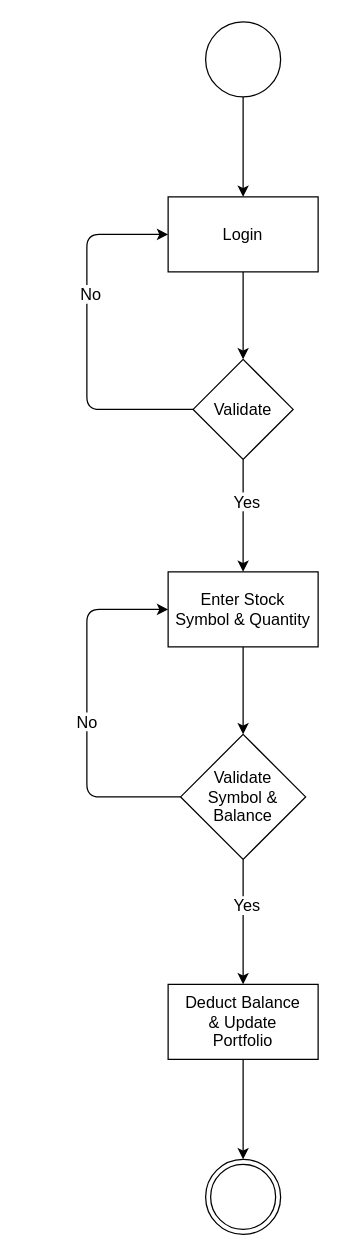
This is diagrams/Buy Stock Activity.drawio from httpshahan/Pakistan-Stock-Exchange-Simulator, a draw.io file, before an edit. Source tidied: cells renumbered, new cells numbered last; positions are measured from the earlier drawing's top-left corner, leaving out a move shared by most shapes. Both pictures are drawn from the tidied source at 125%, with x=0, y=0 at pixel (86, 21).
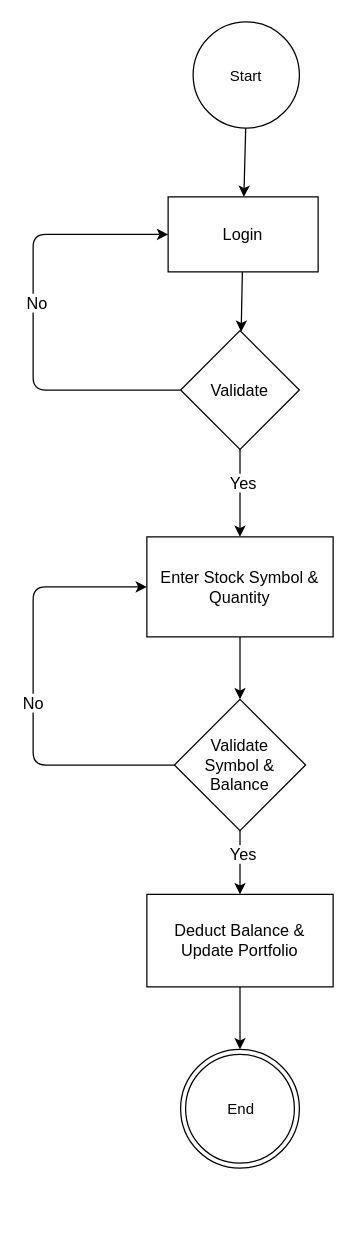
Above is the later version.

The change refers to these unchanged cells:
```xml
<mxCell id="5" value="Login" style="whiteSpace=wrap;html=1;fillColor=none;fontSize=13;" parent="1" vertex="1">
  <mxGeometry x="65" y="140" width="120" height="60" as="geometry" />
</mxCell>
```

Change to the diagram source:
```diff
@@
-    <mxCell id="3" style="ellipse;" parent="1" vertex="1">
-      <mxGeometry x="95" width="60" height="60" as="geometry" />
+    <mxCell id="3" value="Start" style="ellipse;" parent="1" vertex="1">
+      <mxGeometry x="85" width="85" height="85" as="geometry" />
     </mxCell>
@@
     <mxCell id="6" style="edgeStyle=orthogonalEdgeStyle;html=1;entryX=0;entryY=0.5;entryDx=0;entryDy=0;fontSize=13;" parent="1" edge="1" source="10" target="5">
       <mxGeometry relative="1" as="geometry">
         <Array as="points">
-          <mxPoint y="310" />
-          <mxPoint y="170" />
+          <mxPoint x="-43" y="295" />
+          <mxPoint x="-43" y="170" />
         </Array>
       </mxGeometry>
     </mxCell>
     <mxCell id="7" value="No" style="edgeLabel;html=1;align=center;verticalAlign=middle;fontSize=13;" parent="6" vertex="1">
-      <mxGeometry x="0.23" y="-2" relative="1" as="geometry" />
+      <mxGeometry x="0.23" y="-2" relative="1" as="geometry">
+        <mxPoint y="28" as="offset" />
+      </mxGeometry>
     </mxCell>
@@
     <mxCell id="10" value="Validate" style="rhombus;whiteSpace=wrap;html=1;fillColor=none;fontSize=13;" parent="1" vertex="1">
-      <mxGeometry x="85" y="270" width="80" height="80" as="geometry" />
+      <mxGeometry x="75" y="247" width="95" height="95" as="geometry" />
     </mxCell>
@@
     <mxCell id="12" value="Enter Stock Symbol &amp;amp; Quantity" style="whiteSpace=wrap;html=1;fillColor=none;spacing=4;fontSize=13;" parent="1" vertex="1">
-      <mxGeometry x="65" y="440" width="120" height="60" as="geometry" />
+      <mxGeometry x="48" y="412" width="149" height="80" as="geometry" />
     </mxCell>
-    <mxCell id="13" style="edgeStyle=orthogonalEdgeStyle;html=1;exitX=0;exitY=0.5;exitDx=0;exitDy=0;entryX=0;entryY=0.5;entryDx=0;entryDy=0;fontSize=13;" parent="1" edge="1" source="17" target="12">
+    <mxCell id="13" style="html=1;fontSize=13;exitX=0;exitY=0.5;exitDx=0;exitDy=0;edgeStyle=orthogonalEdgeStyle;entryX=0;entryY=0.5;entryDx=0;entryDy=0;" parent="1" edge="1" source="17" target="12">
       <mxGeometry relative="1" as="geometry">
         <Array as="points">
-          <mxPoint y="620" />
-          <mxPoint y="470" />
+          <mxPoint x="-43" y="595" />
+          <mxPoint x="-43" y="452" />
         </Array>
       </mxGeometry>
     </mxCell>
@@
     <mxCell id="17" value="Validate Symbol &amp;amp; Balance" style="rhombus;whiteSpace=wrap;html=1;fillColor=none;spacing=10;fontSize=13;" parent="1" vertex="1">
-      <mxGeometry x="75" y="570" width="100" height="100" as="geometry" />
+      <mxGeometry x="70" y="542" width="105" height="105" as="geometry" />
     </mxCell>
-    <mxCell id="18" style="edgeStyle=orthogonalEdgeStyle;html=1;fontSize=13;" parent="1" edge="1" source="19" target="20">
+    <mxCell id="18" style="edgeStyle=orthogonalEdgeStyle;html=1;" parent="1" edge="1" source="19" target="20">
       <mxGeometry relative="1" as="geometry" />
     </mxCell>
     <mxCell id="19" value="Deduct Balance &amp;amp; Update Portfolio" style="whiteSpace=wrap;html=1;fillColor=none;spacing=10;fontSize=13;" parent="1" vertex="1">
-      <mxGeometry x="65" y="770" width="120" height="60" as="geometry" />
+      <mxGeometry x="48" y="698" width="149" height="74" as="geometry" />
     </mxCell>
-    <mxCell id="20" style="ellipse;html=1;shape=endState;" parent="1" vertex="1">
-      <mxGeometry x="95" y="910" width="60" height="60" as="geometry" />
+    <mxCell id="20" value="End" style="ellipse;html=1;shape=endState;" parent="1" vertex="1">
+      <mxGeometry x="75" y="822" width="95" height="95" as="geometry" />
     </mxCell>
```
